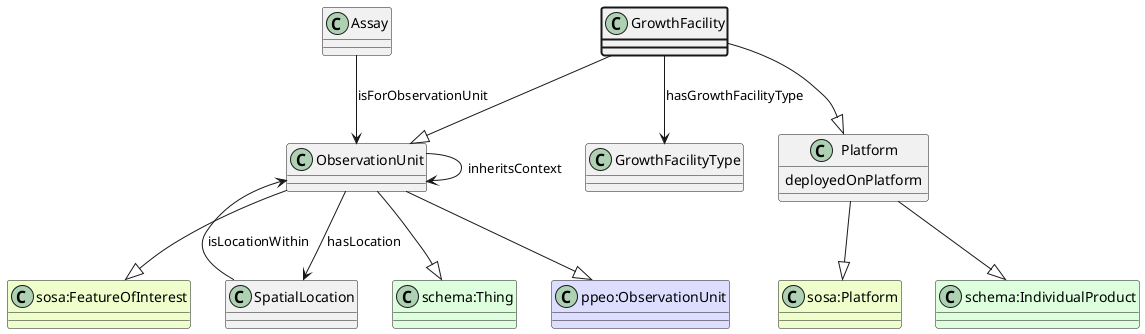
Earlier version of the PlantUML export ttl_uml/ttl_appn_GrowthFacility.png (aus-plant-phenomics-network/appn-schema).
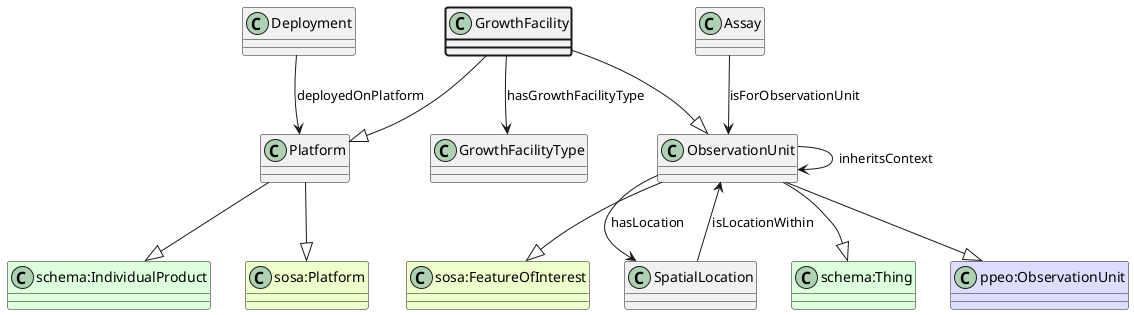
The same file after the commit.

What changed in the source:
```diff
@@ -16,9 +16,8 @@
 GrowthFacility --|> ObservationUnit
 class GrowthFacilityType
 GrowthFacility --> GrowthFacilityType : hasGrowthFacilityType
-class Platform {
-    deployedOnPlatform
-}
+class Deployment
+Deployment --> Platform : deployedOnPlatform
 class Assay
 Assay --> ObservationUnit : isForObservationUnit
 class ObservationUnit
```
